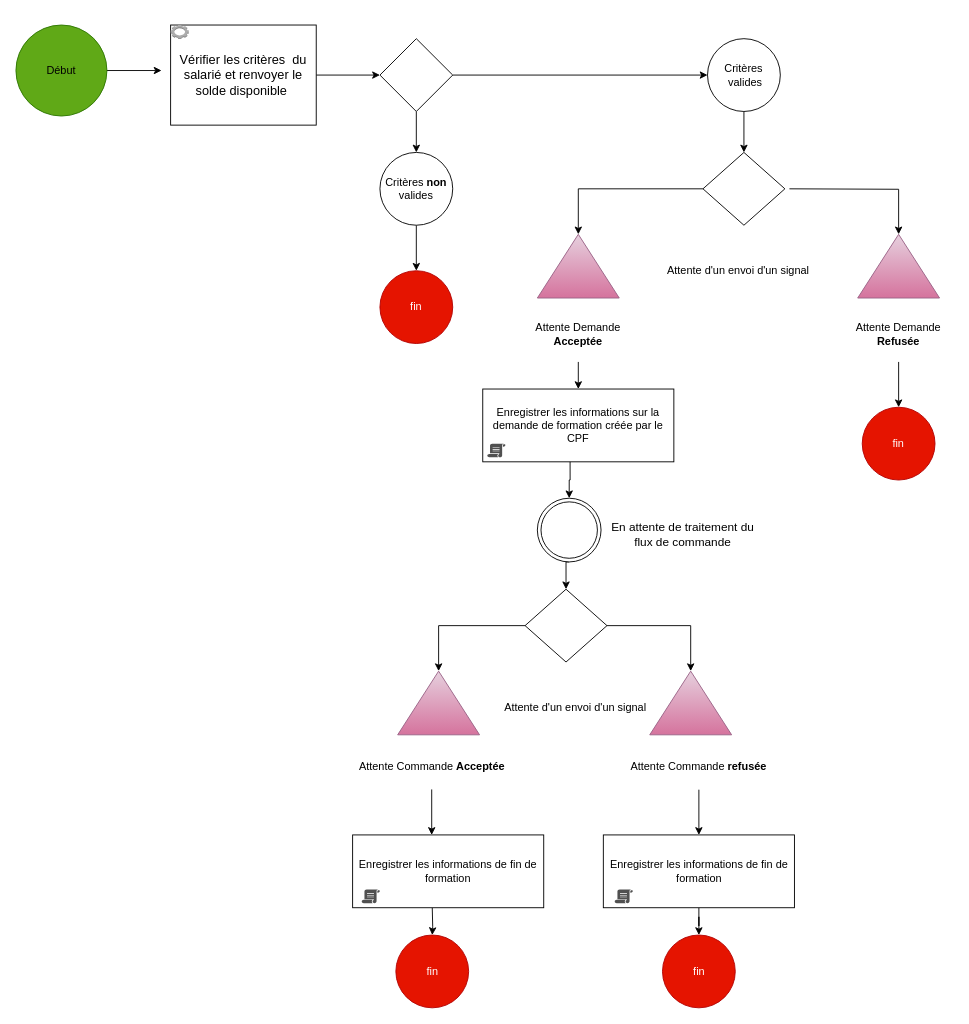
This is Diagramme sans nom.drawio from arabam13/workflow, a draw.io file, before an edit. Source tidied: cells renumbered, new cells numbered last; positions are measured from the earlier drawing's top-left corner, leaving out a move shared by most shapes. Both pictures are drawn from the tidied source at 91%, with x=0, y=0 at pixel (15, 25).
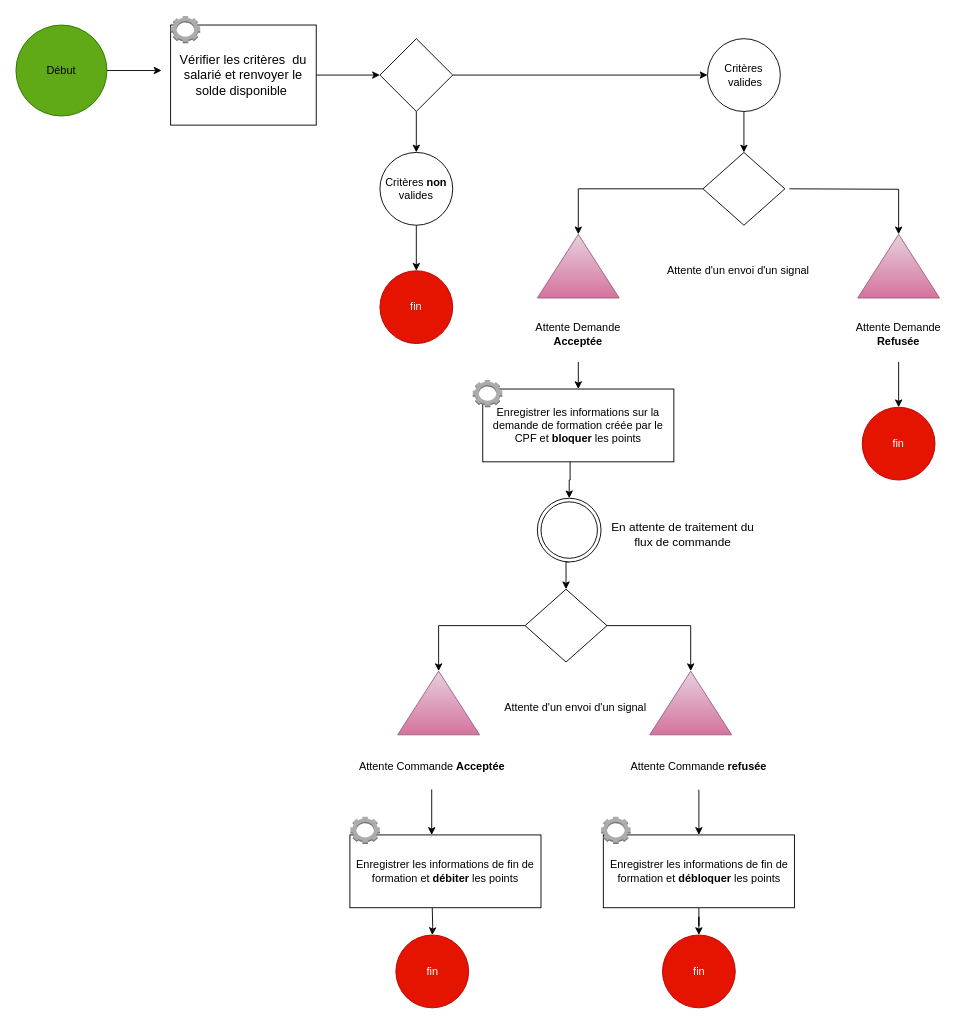
The same diagram, later.

Commit message:
Mettre à jour Diagramme sans nom.drawio

Change to the diagram source:
```diff
@@
-    <mxCell id="7" style="dashed=0;verticalLabelPosition=bottom;verticalAlign=top;align=center;html=1;shape=mxgraph.aws3.human_intelligence_tasks_hit;fillColor=#ACACAC;gradientColor=none;" parent="1" vertex="1">
-      <mxGeometry x="170" width="20" height="15" as="geometry" />
-    </mxCell>
@@
-    <mxCell id="28" value="Enregistrer les informations sur la demande de formation créée par le CPF" style="rounded=0;whiteSpace=wrap;html=1;" parent="1" vertex="1">
+    <mxCell id="28" value="Enregistrer les informations sur la demande de formation créée par le CPF et &lt;b&gt;bloquer &lt;/b&gt;les points" style="rounded=0;whiteSpace=wrap;html=1;" parent="1" vertex="1">
       <mxGeometry x="513" y="400" width="210" height="80" as="geometry" />
     </mxCell>
-    <mxCell id="29" style="sketch=0;shadow=0;dashed=0;html=1;strokeColor=none;fillColor=#505050;labelPosition=center;verticalLabelPosition=bottom;verticalAlign=top;align=center;shape=mxgraph.office.concepts.script;" parent="1" vertex="1">
-      <mxGeometry x="518" y="460" width="20" height="15" as="geometry" />
-    </mxCell>
@@
-    <mxCell id="43" value="Enregistrer les informations de fin de formation" style="rounded=0;whiteSpace=wrap;html=1;" parent="1" vertex="1">
+    <mxCell id="43" value="Enregistrer les informations de fin de formation et &lt;b&gt;débloquer &lt;/b&gt;les points" style="rounded=0;whiteSpace=wrap;html=1;" parent="1" vertex="1">
       <mxGeometry x="645.5" y="890" width="210" height="80" as="geometry" />
     </mxCell>
-    <mxCell id="44" style="sketch=0;shadow=0;dashed=0;html=1;strokeColor=none;fillColor=#505050;labelPosition=center;verticalLabelPosition=bottom;verticalAlign=top;align=center;shape=mxgraph.office.concepts.script;" parent="1" vertex="1">
-      <mxGeometry x="658" y="950" width="20" height="15" as="geometry" />
-    </mxCell>
@@
-    <mxCell id="49" value="Enregistrer les informations de fin de formation" style="rounded=0;whiteSpace=wrap;html=1;" parent="1" vertex="1">
-      <mxGeometry x="370" y="890" width="210" height="80" as="geometry" />
+    <mxCell id="49" value="Enregistrer les informations de fin de formation et &lt;b&gt;débiter &lt;/b&gt;les points" style="rounded=0;whiteSpace=wrap;html=1;" parent="1" vertex="1">
+      <mxGeometry x="367" y="890" width="210" height="80" as="geometry" />
     </mxCell>
-    <mxCell id="50" style="sketch=0;shadow=0;dashed=0;html=1;strokeColor=none;fillColor=#505050;labelPosition=center;verticalLabelPosition=bottom;verticalAlign=top;align=center;shape=mxgraph.office.concepts.script;" parent="1" vertex="1">
-      <mxGeometry x="380" y="950" width="20" height="15" as="geometry" />
-    </mxCell>
+    <mxCell id="51" style="dashed=0;verticalLabelPosition=bottom;verticalAlign=top;align=center;html=1;shape=mxgraph.aws3.human_intelligence_tasks_hit;fillColor=#ACACAC;gradientColor=none;" parent="1" vertex="1">
+      <mxGeometry x="502" y="390" width="32.5" height="30" as="geometry" />
+    </mxCell>
+    <mxCell id="52" style="dashed=0;verticalLabelPosition=bottom;verticalAlign=top;align=center;html=1;shape=mxgraph.aws3.human_intelligence_tasks_hit;fillColor=#ACACAC;gradientColor=none;" parent="1" vertex="1">
+      <mxGeometry x="170" y="-10" width="32.5" height="30" as="geometry" />
+    </mxCell>
+    <mxCell id="53" style="dashed=0;verticalLabelPosition=bottom;verticalAlign=top;align=center;html=1;shape=mxgraph.aws3.human_intelligence_tasks_hit;fillColor=#ACACAC;gradientColor=none;" parent="1" vertex="1">
+      <mxGeometry x="367.5" y="870" width="32.5" height="30" as="geometry" />
+    </mxCell>
+    <mxCell id="54" style="dashed=0;verticalLabelPosition=bottom;verticalAlign=top;align=center;html=1;shape=mxgraph.aws3.human_intelligence_tasks_hit;fillColor=#ACACAC;gradientColor=none;" parent="1" vertex="1">
+      <mxGeometry x="643" y="870" width="32.5" height="30" as="geometry" />
+    </mxCell>
```
